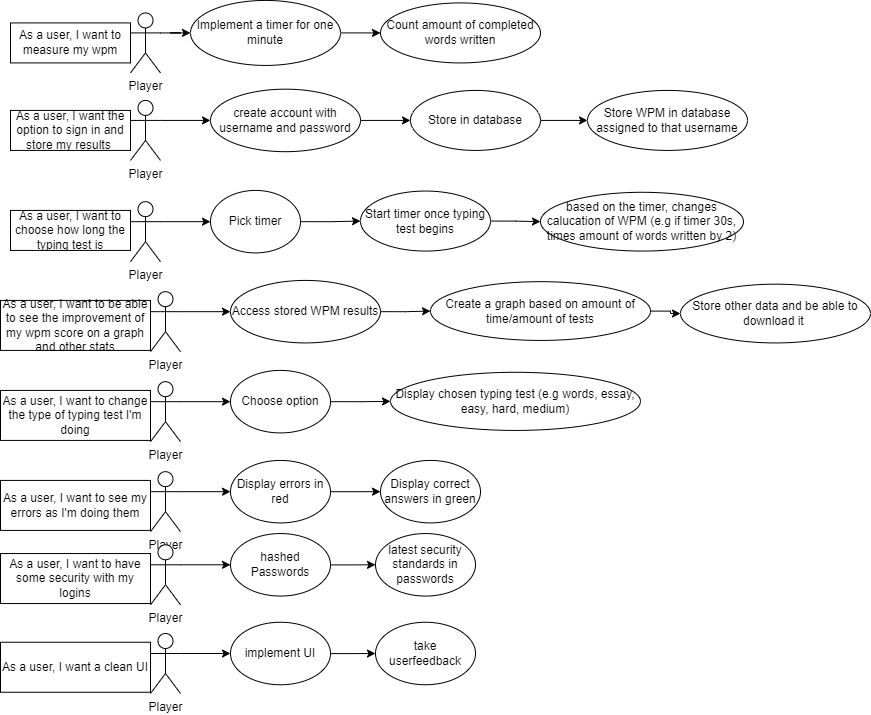
Before: design/ulms/user_stories.png, a diagram exported from draw.io (MxFrgsn/COMP1004-Project). Source tidied: cells renumbered, new cells last; positions are measured from the earlier drawing's top-left corner, leaving out a move shared by most shapes.
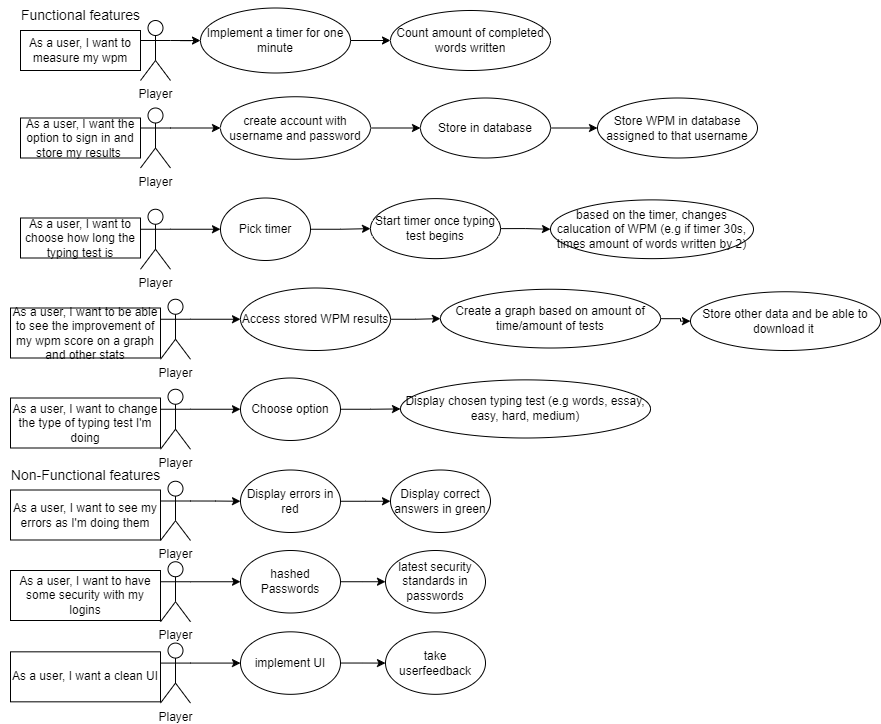
After the change.

Commit message:
Writeup continued,  added diagrams, removed general code explaination (stored  in notepad just in case)

Change to the diagram source:
```diff
@@ -2,21 +2,21 @@
   <root>
     <mxCell id="0" />
     <mxCell id="1" parent="0" />
-    <mxCell id="2" style="edgeStyle=orthogonalEdgeStyle;rounded=0;jettySize=auto;html=1;exitX=1;exitY=0.3333333333333333;exitDx=0;exitDy=0;exitPerimeter=0;" parent="1" edge="1" source="3" target="8">
-      <mxGeometry relative="1" as="geometry" />
-    </mxCell>
-    <mxCell id="3" value="Player" style="shape=umlActor;verticalLabelPosition=bottom;verticalAlign=top;html=1;outlineConnect=0;" parent="1" vertex="1">
-      <mxGeometry x="130" y="12.4" width="30" height="60" as="geometry" />
-    </mxCell>
+    <mxCell id="56" style="edgeStyle=orthogonalEdgeStyle;rounded=0;jettySize=auto;html=1;exitX=1;exitY=0.3333333333333333;exitDx=0;exitDy=0;exitPerimeter=0;" parent="1" edge="1" source="57" target="8">
+      <mxGeometry relative="1" as="geometry" />
+    </mxCell>
+    <mxCell id="57" value="Player" style="shape=umlActor;verticalLabelPosition=bottom;verticalAlign=top;html=1;outlineConnect=0;" parent="1" vertex="1">
+      <mxGeometry x="130" y="12.4" width="30" height="60" as="geometry" />
+    </mxCell>
     <mxCell id="4" value="As a user, I want to measure my wpm" style="rounded=0;whiteSpace=wrap;html=1;" parent="1" vertex="1">
       <mxGeometry x="10" y="22.4" width="120" height="40" as="geometry" />
     </mxCell>
-    <mxCell id="5" style="edgeStyle=orthogonalEdgeStyle;rounded=0;jettySize=auto;html=1;exitX=1;exitY=0.3333333333333333;exitDx=0;exitDy=0;exitPerimeter=0;entryX=0;entryY=0.5;entryDx=0;entryDy=0;" parent="1" edge="1" source="6" target="12">
-      <mxGeometry relative="1" as="geometry" />
-    </mxCell>
-    <mxCell id="6" value="Player" style="shape=umlActor;verticalLabelPosition=bottom;verticalAlign=top;html=1;outlineConnect=0;" parent="1" vertex="1">
-      <mxGeometry x="130" y="99.9" width="30" height="60" as="geometry" />
-    </mxCell>
+    <mxCell id="58" style="edgeStyle=orthogonalEdgeStyle;rounded=0;jettySize=auto;html=1;exitX=1;exitY=0.3333333333333333;exitDx=0;exitDy=0;exitPerimeter=0;entryX=0;entryY=0.5;entryDx=0;entryDy=0;" parent="1" edge="1" source="59" target="12">
+      <mxGeometry relative="1" as="geometry" />
+    </mxCell>
+    <mxCell id="59" value="Player" style="shape=umlActor;verticalLabelPosition=bottom;verticalAlign=top;html=1;outlineConnect=0;" parent="1" vertex="1">
+      <mxGeometry x="130" y="99.9" width="30" height="60" as="geometry" />
+    </mxCell>
     <mxCell id="7" style="edgeStyle=orthogonalEdgeStyle;rounded=0;jettySize=auto;html=1;" parent="1" edge="1" source="8" target="9">
       <mxGeometry relative="1" as="geometry" />
     </mxCell>
@@ -33,7 +33,7 @@
       <mxGeometry relative="1" as="geometry" />
     </mxCell>
     <mxCell id="12" value="create account with username and password" style="ellipse;whiteSpace=wrap;html=1;" parent="1" vertex="1">
-      <mxGeometry x="210" y="88.7" width="150" height="62.5" as="geometry" />
+      <mxGeometry x="210" y="88.6" width="150" height="62.5" as="geometry" />
     </mxCell>
     <mxCell id="13" style="edgeStyle=orthogonalEdgeStyle;rounded=0;jettySize=auto;html=1;exitX=1;exitY=0.5;exitDx=0;exitDy=0;entryX=0;entryY=0.5;entryDx=0;entryDy=0;" parent="1" edge="1" source="14" target="15">
       <mxGeometry relative="1" as="geometry" />
@@ -47,12 +47,12 @@
     <mxCell id="16" value="As a user, I want to choose how long the typing test is&lt;span style=&quot;white-space: pre;&quot;&gt;&#9;&lt;/span&gt;" style="rounded=0;whiteSpace=wrap;html=1;" parent="1" vertex="1">
       <mxGeometry x="10" y="209.9" width="120" height="40" as="geometry" />
     </mxCell>
-    <mxCell id="17" style="edgeStyle=orthogonalEdgeStyle;rounded=0;jettySize=auto;html=1;exitX=1;exitY=0.3333333333333333;exitDx=0;exitDy=0;exitPerimeter=0;entryX=0;entryY=0.5;entryDx=0;entryDy=0;" parent="1" edge="1" source="18" target="20">
-      <mxGeometry relative="1" as="geometry" />
-    </mxCell>
-    <mxCell id="18" value="Player" style="shape=umlActor;verticalLabelPosition=bottom;verticalAlign=top;html=1;outlineConnect=0;" parent="1" vertex="1">
-      <mxGeometry x="130" y="201.2" width="30" height="60" as="geometry" />
-    </mxCell>
+    <mxCell id="60" style="edgeStyle=orthogonalEdgeStyle;rounded=0;jettySize=auto;html=1;exitX=1;exitY=0.3333333333333333;exitDx=0;exitDy=0;exitPerimeter=0;entryX=0;entryY=0.5;entryDx=0;entryDy=0;" parent="1" edge="1" source="61" target="20">
+      <mxGeometry relative="1" as="geometry" />
+    </mxCell>
+    <mxCell id="61" value="Player" style="shape=umlActor;verticalLabelPosition=bottom;verticalAlign=top;html=1;outlineConnect=0;" parent="1" vertex="1">
+      <mxGeometry x="130" y="201.1" width="30" height="60" as="geometry" />
+    </mxCell>
     <mxCell id="19" style="edgeStyle=orthogonalEdgeStyle;rounded=0;jettySize=auto;html=1;exitX=1;exitY=0.5;exitDx=0;exitDy=0;entryX=0;entryY=0.5;entryDx=0;entryDy=0;" parent="1" edge="1" source="20" target="22">
       <mxGeometry relative="1" as="geometry" />
     </mxCell>
@@ -71,12 +71,12 @@
     <mxCell id="24" value="As a user, I want to be able to see the improvement of my wpm score on a graph and other stats" style="rounded=0;whiteSpace=wrap;html=1;" parent="1" vertex="1">
       <mxGeometry y="299.9" width="150" height="50" as="geometry" />
     </mxCell>
-    <mxCell id="25" style="edgeStyle=orthogonalEdgeStyle;rounded=0;jettySize=auto;html=1;exitX=1;exitY=0.3333333333333333;exitDx=0;exitDy=0;exitPerimeter=0;entryX=0;entryY=0.5;entryDx=0;entryDy=0;" parent="1" edge="1" source="26" target="28">
-      <mxGeometry relative="1" as="geometry" />
-    </mxCell>
-    <mxCell id="26" value="Player" style="shape=umlActor;verticalLabelPosition=bottom;verticalAlign=top;html=1;outlineConnect=0;" parent="1" vertex="1">
-      <mxGeometry x="150" y="291.2" width="30" height="60" as="geometry" />
-    </mxCell>
+    <mxCell id="62" style="edgeStyle=orthogonalEdgeStyle;rounded=0;jettySize=auto;html=1;exitX=1;exitY=0.3333333333333333;exitDx=0;exitDy=0;exitPerimeter=0;entryX=0;entryY=0.5;entryDx=0;entryDy=0;" parent="1" edge="1" source="63" target="28">
+      <mxGeometry relative="1" as="geometry" />
+    </mxCell>
+    <mxCell id="63" value="Player" style="shape=umlActor;verticalLabelPosition=bottom;verticalAlign=top;html=1;outlineConnect=0;" parent="1" vertex="1">
+      <mxGeometry x="150" y="291.1" width="30" height="60" as="geometry" />
+    </mxCell>
     <mxCell id="27" style="edgeStyle=orthogonalEdgeStyle;rounded=0;jettySize=auto;html=1;exitX=1;exitY=0.5;exitDx=0;exitDy=0;entryX=0;entryY=0.5;entryDx=0;entryDy=0;" parent="1" edge="1" source="28" target="30">
       <mxGeometry relative="1" as="geometry" />
     </mxCell>
@@ -87,17 +87,17 @@
       <mxGeometry relative="1" as="geometry" />
     </mxCell>
     <mxCell id="30" value="Create a graph based on amount of time/amount of tests" style="ellipse;whiteSpace=wrap;html=1;" parent="1" vertex="1">
-      <mxGeometry x="430" y="281.2" width="220" height="58.8" as="geometry" />
+      <mxGeometry x="430" y="281.1" width="220" height="58.8" as="geometry" />
     </mxCell>
     <mxCell id="31" value="As a user, I want to change the type of typing test I'm doing" style="rounded=0;whiteSpace=wrap;html=1;" parent="1" vertex="1">
       <mxGeometry y="389.9" width="150" height="50" as="geometry" />
     </mxCell>
-    <mxCell id="32" style="edgeStyle=orthogonalEdgeStyle;rounded=0;jettySize=auto;html=1;exitX=1;exitY=0.3333333333333333;exitDx=0;exitDy=0;exitPerimeter=0;entryX=0;entryY=0.5;entryDx=0;entryDy=0;" parent="1" edge="1" source="33" target="35">
-      <mxGeometry relative="1" as="geometry" />
-    </mxCell>
-    <mxCell id="33" value="Player" style="shape=umlActor;verticalLabelPosition=bottom;verticalAlign=top;html=1;outlineConnect=0;" parent="1" vertex="1">
-      <mxGeometry x="150" y="381.2" width="30" height="60" as="geometry" />
-    </mxCell>
+    <mxCell id="64" style="edgeStyle=orthogonalEdgeStyle;rounded=0;jettySize=auto;html=1;exitX=1;exitY=0.3333333333333333;exitDx=0;exitDy=0;exitPerimeter=0;entryX=0;entryY=0.5;entryDx=0;entryDy=0;" parent="1" edge="1" source="65" target="35">
+      <mxGeometry relative="1" as="geometry" />
+    </mxCell>
+    <mxCell id="65" value="Player" style="shape=umlActor;verticalLabelPosition=bottom;verticalAlign=top;html=1;outlineConnect=0;" parent="1" vertex="1">
+      <mxGeometry x="150" y="381.1" width="30" height="60" as="geometry" />
+    </mxCell>
     <mxCell id="34" style="edgeStyle=orthogonalEdgeStyle;rounded=0;jettySize=auto;html=1;exitX=1;exitY=0.5;exitDx=0;exitDy=0;entryX=0;entryY=0.5;entryDx=0;entryDy=0;" parent="1" edge="1" source="35" target="36">
       <mxGeometry relative="1" as="geometry" />
     </mxCell>
@@ -108,61 +108,67 @@
       <mxGeometry x="390" y="371.8" width="250" height="58.1" as="geometry" />
     </mxCell>
     <mxCell id="37" value="As a user, I want to see my errors as I'm doing them" style="rounded=0;whiteSpace=wrap;html=1;" parent="1" vertex="1">
-      <mxGeometry y="479.9" width="150" height="50" as="geometry" />
+      <mxGeometry y="481.9" width="150" height="50" as="geometry" />
     </mxCell>
-    <mxCell id="38" style="edgeStyle=orthogonalEdgeStyle;rounded=0;jettySize=auto;html=1;exitX=1;exitY=0.3333333333333333;exitDx=0;exitDy=0;exitPerimeter=0;entryX=0;entryY=0.5;entryDx=0;entryDy=0;" parent="1" edge="1" source="39" target="41">
-      <mxGeometry relative="1" as="geometry" />
-    </mxCell>
-    <mxCell id="39" value="Player" style="shape=umlActor;verticalLabelPosition=bottom;verticalAlign=top;html=1;outlineConnect=0;" parent="1" vertex="1">
-      <mxGeometry x="150" y="471.2" width="30" height="60" as="geometry" />
-    </mxCell>
+    <mxCell id="66" style="edgeStyle=orthogonalEdgeStyle;rounded=0;jettySize=auto;html=1;exitX=1;exitY=0.3333333333333333;exitDx=0;exitDy=0;exitPerimeter=0;entryX=0;entryY=0.5;entryDx=0;entryDy=0;" parent="1" edge="1" source="67" target="41">
+      <mxGeometry relative="1" as="geometry" />
+    </mxCell>
+    <mxCell id="67" value="Player" style="shape=umlActor;verticalLabelPosition=bottom;verticalAlign=top;html=1;outlineConnect=0;" parent="1" vertex="1">
+      <mxGeometry x="150" y="473.1" width="30" height="59.2" as="geometry" />
+    </mxCell>
     <mxCell id="40" style="edgeStyle=orthogonalEdgeStyle;rounded=0;jettySize=auto;html=1;entryX=0;entryY=0.5;entryDx=0;entryDy=0;" parent="1" edge="1" source="41" target="55">
       <mxGeometry relative="1" as="geometry" />
     </mxCell>
     <mxCell id="41" value="Display errors in red" style="ellipse;whiteSpace=wrap;html=1;" parent="1" vertex="1">
-      <mxGeometry x="230" y="459.9" width="100" height="62.5" as="geometry" />
+      <mxGeometry x="230" y="461.9" width="100" height="62.5" as="geometry" />
     </mxCell>
     <mxCell id="42" value="As a user, I want to have some security with my logins" style="rounded=0;whiteSpace=wrap;html=1;" parent="1" vertex="1">
-      <mxGeometry y="553.1" width="150" height="50" as="geometry" />
+      <mxGeometry y="562.4" width="150" height="50" as="geometry" />
     </mxCell>
-    <mxCell id="43" style="edgeStyle=orthogonalEdgeStyle;rounded=0;jettySize=auto;html=1;exitX=1;exitY=0.3333333333333333;exitDx=0;exitDy=0;exitPerimeter=0;entryX=0;entryY=0.5;entryDx=0;entryDy=0;" parent="1" edge="1" source="44" target="46">
-      <mxGeometry relative="1" as="geometry" />
-    </mxCell>
-    <mxCell id="44" value="Player" style="shape=umlActor;verticalLabelPosition=bottom;verticalAlign=top;html=1;outlineConnect=0;" parent="1" vertex="1">
-      <mxGeometry x="150" y="544.3" width="30" height="60" as="geometry" />
-    </mxCell>
+    <mxCell id="68" style="edgeStyle=orthogonalEdgeStyle;rounded=0;jettySize=auto;html=1;exitX=1;exitY=0.3333333333333333;exitDx=0;exitDy=0;exitPerimeter=0;entryX=0;entryY=0.5;entryDx=0;entryDy=0;" parent="1" edge="1" source="69" target="46">
+      <mxGeometry relative="1" as="geometry" />
+    </mxCell>
+    <mxCell id="69" value="Player" style="shape=umlActor;verticalLabelPosition=bottom;verticalAlign=top;html=1;outlineConnect=0;" parent="1" vertex="1">
+      <mxGeometry x="150" y="553.7" width="30" height="60" as="geometry" />
+    </mxCell>
     <mxCell id="45" style="edgeStyle=orthogonalEdgeStyle;rounded=0;jettySize=auto;html=1;entryX=0;entryY=0.5;entryDx=0;entryDy=0;" parent="1" edge="1" source="46" target="47">
       <mxGeometry relative="1" as="geometry" />
     </mxCell>
     <mxCell id="46" value="hashed Passwords" style="ellipse;whiteSpace=wrap;html=1;" parent="1" vertex="1">
-      <mxGeometry x="230" y="533.1" width="100" height="62.5" as="geometry" />
+      <mxGeometry x="230" y="542.4" width="100" height="62.5" as="geometry" />
     </mxCell>
     <mxCell id="47" value="&lt;span style=&quot;font-weight: normal;&quot;&gt;latest security standards in passwords&lt;/span&gt;" style="ellipse;whiteSpace=wrap;html=1;fontStyle=1;" parent="1" vertex="1">
-      <mxGeometry x="375" y="533.1" width="100" height="62.5" as="geometry" />
+      <mxGeometry x="375" y="542.4" width="100" height="62.5" as="geometry" />
     </mxCell>
     <mxCell id="48" value="Store other data and be able to download it&amp;nbsp;" style="ellipse;whiteSpace=wrap;html=1;" parent="1" vertex="1">
-      <mxGeometry x="680" y="283.7" width="190" height="58.8" as="geometry" />
+      <mxGeometry x="680" y="283.6" width="190" height="58.8" as="geometry" />
     </mxCell>
     <mxCell id="49" value="As a user, I want a clean UI" style="rounded=0;whiteSpace=wrap;html=1;" parent="1" vertex="1">
-      <mxGeometry y="641.8" width="150" height="50" as="geometry" />
+      <mxGeometry y="643.7" width="150" height="50" as="geometry" />
     </mxCell>
-    <mxCell id="50" style="edgeStyle=orthogonalEdgeStyle;rounded=0;jettySize=auto;html=1;exitX=1;exitY=0.3333333333333333;exitDx=0;exitDy=0;exitPerimeter=0;entryX=0;entryY=0.5;entryDx=0;entryDy=0;" parent="1" edge="1" source="51" target="53">
-      <mxGeometry relative="1" as="geometry" />
-    </mxCell>
-    <mxCell id="51" value="Player" style="shape=umlActor;verticalLabelPosition=bottom;verticalAlign=top;html=1;outlineConnect=0;" parent="1" vertex="1">
-      <mxGeometry x="150" y="633" width="30" height="60" as="geometry" />
-    </mxCell>
+    <mxCell id="70" style="edgeStyle=orthogonalEdgeStyle;rounded=0;jettySize=auto;html=1;exitX=1;exitY=0.3333333333333333;exitDx=0;exitDy=0;exitPerimeter=0;entryX=0;entryY=0.5;entryDx=0;entryDy=0;" parent="1" edge="1" source="71" target="53">
+      <mxGeometry relative="1" as="geometry" />
+    </mxCell>
+    <mxCell id="71" value="Player" style="shape=umlActor;verticalLabelPosition=bottom;verticalAlign=top;html=1;outlineConnect=0;" parent="1" vertex="1">
+      <mxGeometry x="150" y="635" width="30" height="60" as="geometry" />
+    </mxCell>
     <mxCell id="52" style="edgeStyle=orthogonalEdgeStyle;rounded=0;jettySize=auto;html=1;entryX=0;entryY=0.5;entryDx=0;entryDy=0;" parent="1" edge="1" source="53" target="54">
       <mxGeometry relative="1" as="geometry" />
     </mxCell>
     <mxCell id="53" value="implement UI" style="ellipse;whiteSpace=wrap;html=1;" parent="1" vertex="1">
-      <mxGeometry x="230" y="621.8" width="100" height="62.5" as="geometry" />
+      <mxGeometry x="230" y="623.7" width="100" height="62.5" as="geometry" />
     </mxCell>
     <mxCell id="54" value="&lt;span style=&quot;font-weight: normal;&quot;&gt;take userfeedback&lt;/span&gt;" style="ellipse;whiteSpace=wrap;html=1;fontStyle=1;" parent="1" vertex="1">
-      <mxGeometry x="375" y="621.8" width="100" height="62.5" as="geometry" />
+      <mxGeometry x="375" y="623.7" width="100" height="62.5" as="geometry" />
     </mxCell>
     <mxCell id="55" value="&lt;span style=&quot;font-weight: 400;&quot;&gt;Display correct answers in green&lt;/span&gt;" style="ellipse;whiteSpace=wrap;html=1;fontStyle=1;" parent="1" vertex="1">
-      <mxGeometry x="380" y="459.9" width="100" height="62.5" as="geometry" />
+      <mxGeometry x="380" y="461.9" width="100" height="62.5" as="geometry" />
     </mxCell>
+    <mxCell id="72" value="&lt;font style=&quot;font-size: 14px;&quot;&gt;Functional&lt;/font&gt;&lt;span style=&quot;font-size: 14px; background-color: initial;&quot;&gt;&amp;nbsp;features&lt;/span&gt;" style="text;html=1;align=center;verticalAlign=middle;strokeColor=none;fillColor=none;" parent="1" vertex="1">
+      <mxGeometry y="-7.6" width="140" height="30" as="geometry" />
+    </mxCell>
+    <mxCell id="73" value="&lt;div style=&quot;font-size: 14px;&quot;&gt;Non-Functional features&lt;/div&gt;" style="text;html=1;align=center;verticalAlign=middle;strokeColor=none;fillColor=none;" parent="1" vertex="1">
+      <mxGeometry x="-10" y="451.9" width="170" height="30" as="geometry" />
+    </mxCell>
   </root>
 </mxGraphModel>
```
